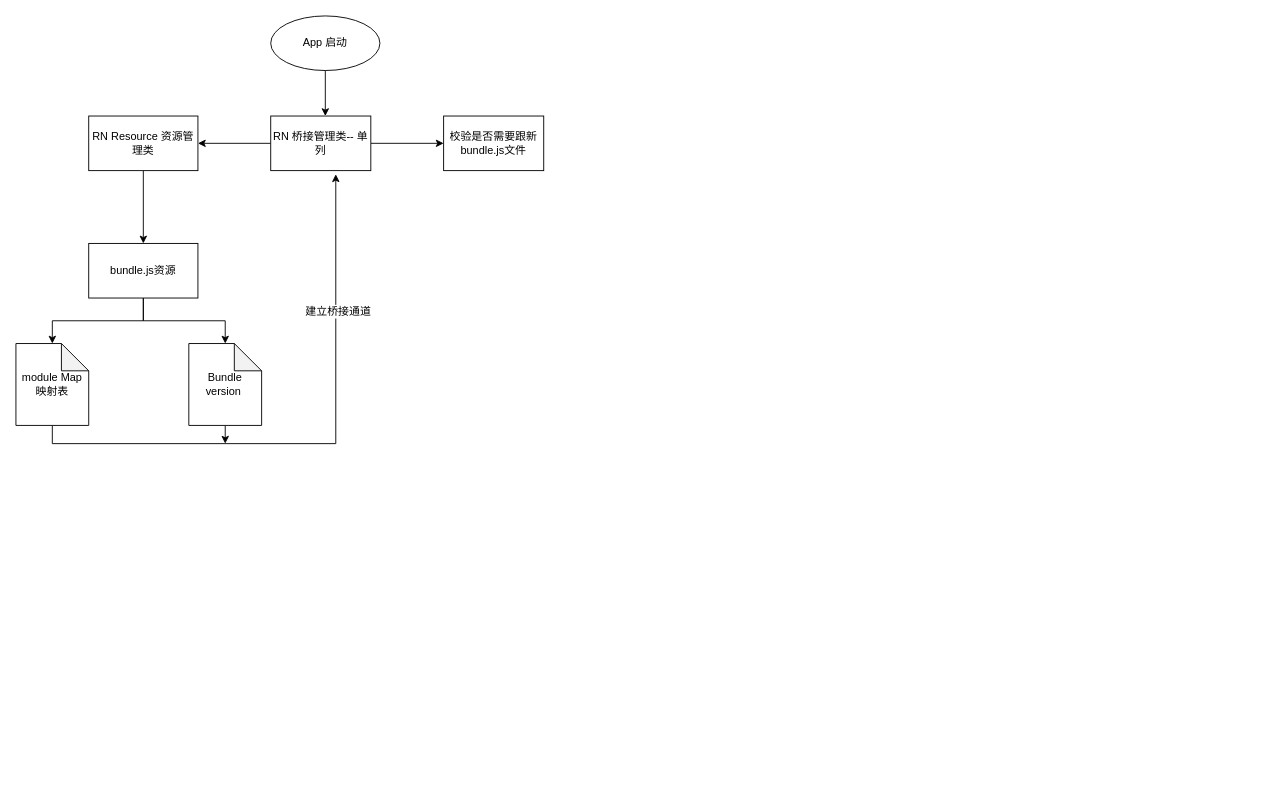
The draw.io diagram LBC.drawio in Andrewliu20/-Demo, before the edit. Source tidied: cells renumbered, new cells numbered last; positions are measured from the earlier drawing's top-left corner, leaving out a move shared by most shapes. Both pictures are drawn from the tidied source at 91%, with x=0, y=0 at pixel (15, 15).
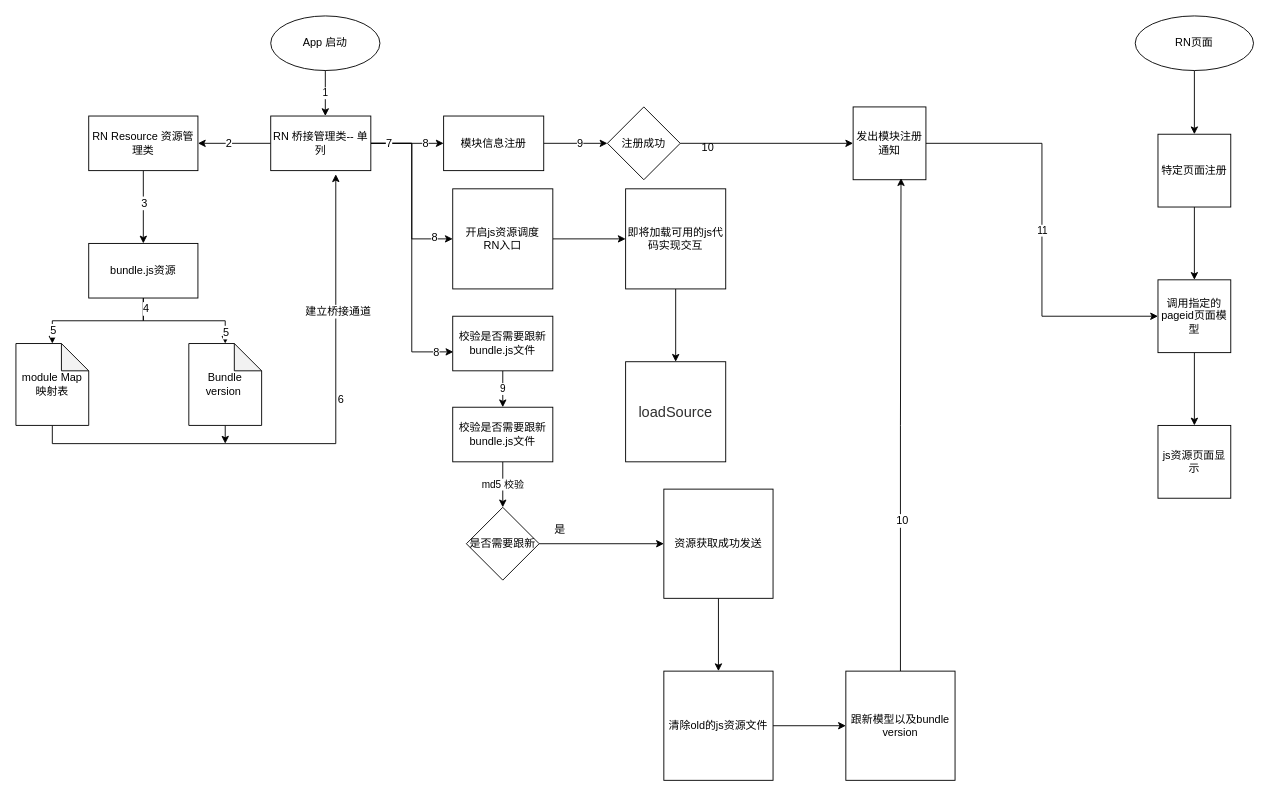
After the change.

The change refers to these unchanged cells:
```xml
<mxCell id="2" value="App 启动" style="ellipse;whiteSpace=wrap;html=1;" parent="1" vertex="1">
  <mxGeometry x="280" width="120" height="60" as="geometry" />
</mxCell>
<mxCell id="4" style="edgeStyle=orthogonalEdgeStyle;rounded=0;jettySize=auto;html=1;" parent="1" edge="1" source="6" target="9">
  <mxGeometry relative="1" as="geometry" />
</mxCell>
<mxCell id="5" style="edgeStyle=orthogonalEdgeStyle;rounded=0;jettySize=auto;html=1;" parent="1" edge="1" source="6" target="7">
  <mxGeometry relative="1" as="geometry" />
</mxCell>
<mxCell id="6" value="RN 桥接管理类-- 单列" style="rounded=0;whiteSpace=wrap;html=1;" parent="1" vertex="1">
  <mxGeometry x="280" y="110" width="110" height="60" as="geometry" />
</mxCell>
<mxCell id="8" style="edgeStyle=orthogonalEdgeStyle;rounded=0;jettySize=auto;html=1;" parent="1" edge="1" source="9" target="12">
  <mxGeometry relative="1" as="geometry" />
</mxCell>
<mxCell id="10" style="edgeStyle=orthogonalEdgeStyle;rounded=0;jettySize=auto;html=1;exitX=0.5;exitY=1;exitDx=0;exitDy=0;" parent="1" edge="1" source="12" target="15">
  <mxGeometry relative="1" as="geometry" />
</mxCell>
<mxCell id="11" style="edgeStyle=orthogonalEdgeStyle;rounded=0;jettySize=auto;html=1;exitX=0.5;exitY=1;exitDx=0;exitDy=0;" parent="1" edge="1" source="12" target="17">
  <mxGeometry relative="1" as="geometry" />
</mxCell>
<mxCell id="13" style="edgeStyle=orthogonalEdgeStyle;rounded=0;jettySize=auto;html=1;entryX=0.65;entryY=1.067;entryDx=0;entryDy=0;entryPerimeter=0;exitX=0.5;exitY=1;exitDx=0;exitDy=0;exitPerimeter=0;" parent="1" edge="1" source="15" target="6">
  <mxGeometry relative="1" as="geometry" />
</mxCell>
```

The edit, as a diff of the source:
```diff
@@
-    <mxCell id="3" style="endArrow=classic;html=1;exitX=0.5;exitY=1;exitDx=0;exitDy=0;" parent="1" edge="1" source="2">
+    <mxCell id="3" value="1" style="endArrow=classic;html=1;exitX=0.5;exitY=1;exitDx=0;exitDy=0;" parent="1" edge="1" source="2">
       <mxGeometry relative="1" as="geometry">
         <mxPoint x="340" y="110" as="targetPoint" />
       </mxGeometry>
     </mxCell>
@@
+    <mxCell id="18" value="2" style="text;html=1;align=center;verticalAlign=middle;labelBackgroundColor=#ffffff;" parent="4" vertex="1">
+      <mxGeometry x="0.18" y="-1" relative="1" as="geometry" />
+    </mxCell>
@@
+    <mxCell id="19" value="8" style="text;html=1;align=center;verticalAlign=middle;labelBackgroundColor=#ffffff;" parent="5" vertex="1">
+      <mxGeometry x="0.48" y="1" relative="1" as="geometry" />
+    </mxCell>
+    <mxCell id="20" style="edgeStyle=orthogonalEdgeStyle;rounded=0;jettySize=auto;html=1;entryX=0.006;entryY=0.653;entryDx=0;entryDy=0;entryPerimeter=0;" parent="1" edge="1" source="6" target="33">
+      <mxGeometry relative="1" as="geometry" />
+    </mxCell>
+    <mxCell id="21" value="8" style="text;html=1;align=center;verticalAlign=middle;labelBackgroundColor=#ffffff;" parent="20" vertex="1">
+      <mxGeometry x="0.88" relative="1" as="geometry" />
+    </mxCell>
+    <mxCell id="22" style="edgeStyle=orthogonalEdgeStyle;rounded=0;jettySize=auto;html=1;entryX=0;entryY=0.5;entryDx=0;entryDy=0;" parent="1" edge="1" source="6" target="42">
+      <mxGeometry relative="1" as="geometry" />
+    </mxCell>
+    <mxCell id="23" value="7" style="text;html=1;align=center;verticalAlign=middle;labelBackgroundColor=#ffffff;" parent="22" vertex="1">
+      <mxGeometry x="-0.81" y="1" relative="1" as="geometry" />
+    </mxCell>
+    <mxCell id="24" value="8" style="text;html=1;align=center;verticalAlign=middle;labelBackgroundColor=#ffffff;" parent="22" vertex="1">
+      <mxGeometry x="0.78" y="2" relative="1" as="geometry" />
+    </mxCell>
@@
+    <mxCell id="25" style="edgeStyle=orthogonalEdgeStyle;rounded=0;jettySize=auto;html=1;exitX=1;exitY=0.5;exitDx=0;exitDy=0;entryX=0;entryY=0.5;entryDx=0;entryDy=0;" parent="1" edge="1" source="7" target="37">
+      <mxGeometry relative="1" as="geometry" />
+    </mxCell>
+    <mxCell id="26" value="9" style="text;html=1;align=center;verticalAlign=middle;labelBackgroundColor=#ffffff;" parent="25" vertex="1">
+      <mxGeometry x="0.1" relative="1" as="geometry" />
+    </mxCell>
-    <mxCell id="7" value="校验是否需要跟新bundle.js文件" style="rounded=0;whiteSpace=wrap;html=1;" parent="1" vertex="1">
+    <mxCell id="7" value="模块信息注册" style="rounded=0;whiteSpace=wrap;html=1;" parent="1" vertex="1">
       <mxGeometry x="470" y="110" width="110" height="60" as="geometry" />
     </mxCell>
@@
+    <mxCell id="27" value="3" style="text;html=1;align=center;verticalAlign=middle;labelBackgroundColor=#ffffff;" parent="8" vertex="1">
+      <mxGeometry x="-0.12" relative="1" as="geometry" />
+    </mxCell>
@@
+    <mxCell id="28" value="5" style="text;html=1;align=center;verticalAlign=middle;labelBackgroundColor=#ffffff;" parent="10" vertex="1">
+      <mxGeometry x="0.8" relative="1" as="geometry" />
+    </mxCell>
@@
+    <mxCell id="29" value="4" style="text;html=1;align=center;verticalAlign=middle;labelBackgroundColor=#ffffff;" parent="11" vertex="1">
+      <mxGeometry x="-0.85" y="2" relative="1" as="geometry" />
+    </mxCell>
+    <mxCell id="30" value="5" style="text;html=1;align=center;verticalAlign=middle;labelBackgroundColor=#ffffff;" parent="11" vertex="1">
+      <mxGeometry x="0.81" relative="1" as="geometry" />
+    </mxCell>
@@
+    <mxCell id="31" value="6" style="text;html=1;align=center;verticalAlign=middle;labelBackgroundColor=#ffffff;" parent="13" vertex="1">
+      <mxGeometry x="0.21" y="-5" relative="1" as="geometry" />
+    </mxCell>
@@
+    <mxCell id="32" value="9" style="edgeStyle=orthogonalEdgeStyle;rounded=0;jettySize=auto;html=1;" parent="1" edge="1" source="33" target="35">
+      <mxGeometry relative="1" as="geometry" />
+    </mxCell>
+    <mxCell id="33" value="校验是否需要跟新bundle.js文件" style="rounded=0;whiteSpace=wrap;html=1;" parent="1" vertex="1">
+      <mxGeometry x="480" y="330" width="110" height="60" as="geometry" />
+    </mxCell>
+    <mxCell id="34" value="md5 校验" style="edgeStyle=orthogonalEdgeStyle;rounded=0;jettySize=auto;html=1;" parent="1" edge="1" source="35" target="47">
+      <mxGeometry relative="1" as="geometry" />
+    </mxCell>
+    <mxCell id="35" value="校验是否需要跟新bundle.js文件" style="rounded=0;whiteSpace=wrap;html=1;" parent="1" vertex="1">
+      <mxGeometry x="480" y="430" width="110" height="60" as="geometry" />
+    </mxCell>
+    <mxCell id="36" style="edgeStyle=orthogonalEdgeStyle;rounded=0;jettySize=auto;html=1;" parent="1" edge="1" source="37" target="39">
+      <mxGeometry relative="1" as="geometry" />
+    </mxCell>
+    <mxCell id="37" value="注册成功" style="rhombus;whiteSpace=wrap;html=1;" parent="1" vertex="1">
+      <mxGeometry x="650" y="100" width="80" height="80" as="geometry" />
+    </mxCell>
+    <mxCell id="38" value="11" style="edgeStyle=orthogonalEdgeStyle;rounded=0;jettySize=auto;html=1;entryX=0;entryY=0.5;entryDx=0;entryDy=0;" parent="1" edge="1" source="39" target="61">
+      <mxGeometry relative="1" as="geometry" />
+    </mxCell>
+    <mxCell id="39" value="发出模块注册通知" style="whiteSpace=wrap;html=1;" parent="1" vertex="1">
+      <mxGeometry x="920" y="100" width="80" height="80" as="geometry" />
+    </mxCell>
+    <mxCell id="40" value="10" style="text;html=1;align=left;verticalAlign=top;spacingTop=-4;" parent="1" vertex="1">
+      <mxGeometry x="752" y="135" width="30" height="20" as="geometry" />
+    </mxCell>
+    <mxCell id="41" style="edgeStyle=orthogonalEdgeStyle;rounded=0;jettySize=auto;html=1;" parent="1" edge="1" source="42" target="44">
+      <mxGeometry relative="1" as="geometry" />
+    </mxCell>
+    <mxCell id="42" value="开启js资源调度&lt;br&gt;RN入口&lt;br&gt;" style="rounded=0;whiteSpace=wrap;html=1;" parent="1" vertex="1">
+      <mxGeometry x="480" y="190" width="110" height="110" as="geometry" />
+    </mxCell>
+    <mxCell id="43" style="edgeStyle=orthogonalEdgeStyle;rounded=0;jettySize=auto;html=1;" parent="1" edge="1" source="44" target="45">
+      <mxGeometry relative="1" as="geometry" />
+    </mxCell>
+    <mxCell id="44" value="即将加载可用的js代码实现交互" style="rounded=0;whiteSpace=wrap;html=1;" parent="1" vertex="1">
+      <mxGeometry x="670" y="190" width="110" height="110" as="geometry" />
+    </mxCell>
+    <mxCell id="45" value="&lt;span style=&quot;color: rgb(47 , 47 , 47) ; font-family: , &amp;#34;sf ui text&amp;#34; , &amp;#34;arial&amp;#34; , &amp;#34;pingfang sc&amp;#34; , &amp;#34;hiragino sans gb&amp;#34; , &amp;#34;microsoft yahei&amp;#34; , &amp;#34;wenquanyi micro hei&amp;#34; , sans-serif ; font-size: 16px ; background-color: rgb(255 , 255 , 255)&quot;&gt;loadSource&lt;/span&gt;" style="rounded=0;whiteSpace=wrap;html=1;" parent="1" vertex="1">
+      <mxGeometry x="670" y="380" width="110" height="110" as="geometry" />
+    </mxCell>
+    <mxCell id="46" style="edgeStyle=orthogonalEdgeStyle;rounded=0;jettySize=auto;html=1;entryX=0;entryY=0.5;entryDx=0;entryDy=0;" parent="1" edge="1" source="47" target="49">
+      <mxGeometry relative="1" as="geometry" />
+    </mxCell>
+    <mxCell id="47" value="是否需要跟新" style="rhombus;whiteSpace=wrap;html=1;" parent="1" vertex="1">
+      <mxGeometry x="495" y="540" width="80" height="80" as="geometry" />
+    </mxCell>
+    <mxCell id="48" style="edgeStyle=orthogonalEdgeStyle;rounded=0;jettySize=auto;html=1;" parent="1" edge="1" source="49" target="51">
+      <mxGeometry relative="1" as="geometry" />
+    </mxCell>
+    <mxCell id="49" value="资源获取成功发送" style="whiteSpace=wrap;html=1;" parent="1" vertex="1">
+      <mxGeometry x="712" y="520" width="120" height="120" as="geometry" />
+    </mxCell>
+    <mxCell id="50" style="edgeStyle=orthogonalEdgeStyle;rounded=0;jettySize=auto;html=1;" parent="1" edge="1" source="51" target="54">
+      <mxGeometry relative="1" as="geometry" />
+    </mxCell>
+    <mxCell id="51" value="清除old的js资源文件" style="whiteSpace=wrap;html=1;" parent="1" vertex="1">
+      <mxGeometry x="712" y="720" width="120" height="120" as="geometry" />
+    </mxCell>
+    <mxCell id="52" style="edgeStyle=orthogonalEdgeStyle;rounded=0;jettySize=auto;html=1;entryX=0.658;entryY=0.979;entryDx=0;entryDy=0;entryPerimeter=0;" parent="1" edge="1" source="54" target="39">
+      <mxGeometry relative="1" as="geometry" />
+    </mxCell>
+    <mxCell id="53" value="10" style="text;html=1;align=center;verticalAlign=middle;labelBackgroundColor=#ffffff;" parent="52" vertex="1">
+      <mxGeometry x="-0.39" y="-1" relative="1" as="geometry">
+        <mxPoint y="-1" as="offset" />
+      </mxGeometry>
+    </mxCell>
+    <mxCell id="54" value="跟新模型以及bundle version" style="whiteSpace=wrap;html=1;" parent="1" vertex="1">
+      <mxGeometry x="912" y="720" width="120" height="120" as="geometry" />
+    </mxCell>
+    <mxCell id="55" value="是" style="text;html=1;align=left;verticalAlign=top;spacingTop=-4;" parent="1" vertex="1">
+      <mxGeometry x="590" y="555" width="30" height="20" as="geometry" />
+    </mxCell>
+    <mxCell id="56" style="edgeStyle=orthogonalEdgeStyle;rounded=0;jettySize=auto;html=1;" parent="1" edge="1" source="57" target="59">
+      <mxGeometry relative="1" as="geometry" />
+    </mxCell>
+    <mxCell id="57" value="RN页面" style="ellipse;whiteSpace=wrap;html=1;" parent="1" vertex="1">
+      <mxGeometry x="1230" width="130" height="60" as="geometry" />
+    </mxCell>
+    <mxCell id="58" style="edgeStyle=orthogonalEdgeStyle;rounded=0;jettySize=auto;html=1;" parent="1" edge="1" source="59" target="61">
+      <mxGeometry relative="1" as="geometry" />
+    </mxCell>
+    <mxCell id="59" value="特定页面注册" style="whiteSpace=wrap;html=1;" parent="1" vertex="1">
+      <mxGeometry x="1255" y="130" width="80" height="80" as="geometry" />
+    </mxCell>
+    <mxCell id="60" style="edgeStyle=orthogonalEdgeStyle;rounded=0;jettySize=auto;html=1;" parent="1" edge="1" source="61" target="62">
+      <mxGeometry relative="1" as="geometry" />
+    </mxCell>
+    <mxCell id="61" value="调用指定的pageid页面模型" style="whiteSpace=wrap;html=1;" parent="1" vertex="1">
+      <mxGeometry x="1255" y="290" width="80" height="80" as="geometry" />
+    </mxCell>
+    <mxCell id="62" value="js资源页面显示" style="whiteSpace=wrap;html=1;" parent="1" vertex="1">
+      <mxGeometry x="1255" y="450" width="80" height="80" as="geometry" />
+    </mxCell>
```
